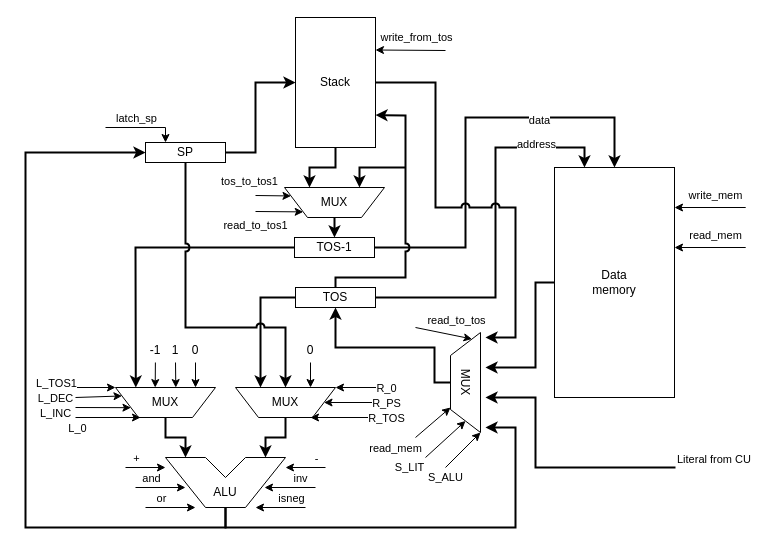
This is schemes/data-path.drawio from DiedCloud/csa-lab-3, a draw.io file, before an edit. Source tidied: cells renumbered, new cells numbered last; positions are measured from the earlier drawing's top-left corner, leaving out a move shared by most shapes. Both pictures are drawn from the tidied source at 100%, with x=0, y=0 at pixel (25, 17).
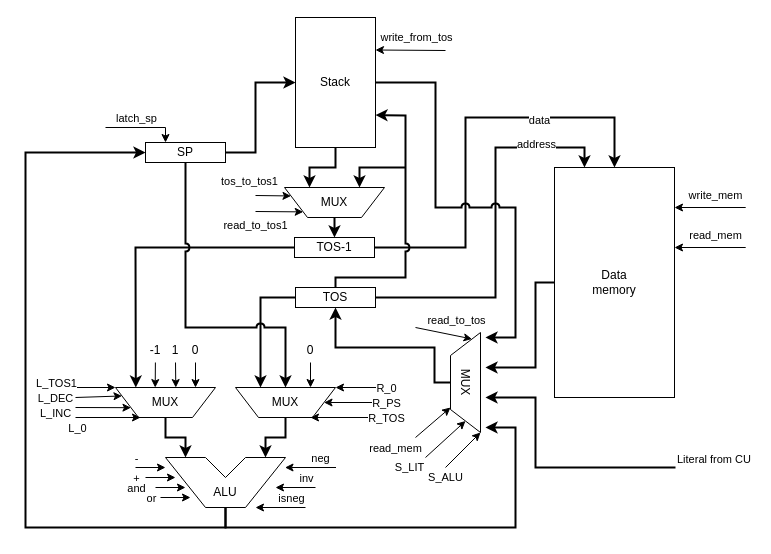
After the change.

Diff of the diagram source:
```diff
@@
     <mxCell id="76" style="endArrow=classic;html=1;rounded=0;strokeWidth=1;" parent="1" edge="1">
       <mxGeometry relative="1" as="geometry">
         <mxPoint x="290" y="470" as="sourcePoint" />
-        <mxPoint x="239" y="470" as="targetPoint" />
+        <mxPoint x="250" y="470" as="targetPoint" />
       </mxGeometry>
     </mxCell>
@@
     <mxCell id="78" style="endArrow=classic;html=1;rounded=0;strokeWidth=1;" parent="1" edge="1">
       <mxGeometry relative="1" as="geometry">
-        <mxPoint x="100" y="450" as="sourcePoint" />
-        <mxPoint x="140" y="450" as="targetPoint" />
+        <mxPoint x="120" y="460" as="sourcePoint" />
+        <mxPoint x="150" y="460" as="targetPoint" />
       </mxGeometry>
     </mxCell>
     <mxCell id="79" value="+" style="edgeLabel;html=1;align=center;verticalAlign=middle;" parent="78" vertex="1">
       <mxGeometry relative="1" as="geometry">
-        <mxPoint x="-10" y="-10" as="offset" />
+        <mxPoint x="-25" as="offset" />
       </mxGeometry>
     </mxCell>
     <mxCell id="80" style="endArrow=classic;html=1;rounded=0;strokeWidth=1;" parent="1" edge="1">
       <mxGeometry relative="1" as="geometry">
-        <mxPoint x="110" y="470" as="sourcePoint" />
+        <mxPoint x="130" y="470" as="sourcePoint" />
         <mxPoint x="160" y="470" as="targetPoint" />
       </mxGeometry>
     </mxCell>
     <mxCell id="81" value="and" style="edgeLabel;html=1;align=center;verticalAlign=middle;" parent="80" vertex="1">
       <mxGeometry relative="1" as="geometry">
-        <mxPoint x="-10" y="-10" as="offset" />
+        <mxPoint x="-35" as="offset" />
       </mxGeometry>
     </mxCell>
     <mxCell id="82" style="endArrow=classic;html=1;rounded=0;strokeWidth=1;" parent="1" edge="1">
       <mxGeometry relative="1" as="geometry">
-        <mxPoint x="120" y="490" as="sourcePoint" />
-        <mxPoint x="170" y="490" as="targetPoint" />
+        <mxPoint x="135" y="480" as="sourcePoint" />
+        <mxPoint x="165" y="480" as="targetPoint" />
       </mxGeometry>
     </mxCell>
     <mxCell id="83" value="or" style="edgeLabel;html=1;align=center;verticalAlign=middle;" parent="82" vertex="1">
       <mxGeometry relative="1" as="geometry">
-        <mxPoint x="-10" y="-10" as="offset" />
+        <mxPoint x="-25" as="offset" />
       </mxGeometry>
     </mxCell>
     <mxCell id="84" style="endArrow=classic;html=1;rounded=0;strokeWidth=1;" parent="1" edge="1">
       <mxGeometry relative="1" as="geometry">
-        <mxPoint x="300" y="450" as="sourcePoint" />
-        <mxPoint x="260" y="450" as="targetPoint" />
+        <mxPoint x="110" y="450" as="sourcePoint" />
+        <mxPoint x="140" y="450" as="targetPoint" />
       </mxGeometry>
     </mxCell>
     <mxCell id="85" value="-" style="edgeLabel;html=1;align=center;verticalAlign=middle;" parent="84" vertex="1">
       <mxGeometry relative="1" as="geometry">
-        <mxPoint x="10" y="-10" as="offset" />
+        <mxPoint x="-15" y="-10" as="offset" />
       </mxGeometry>
     </mxCell>
@@
+    <mxCell id="94" style="endArrow=classic;html=1;rounded=0;strokeWidth=1;" parent="1" edge="1">
+      <mxGeometry relative="1" as="geometry">
+        <mxPoint x="310.5" y="450" as="sourcePoint" />
+        <mxPoint x="259.5" y="450" as="targetPoint" />
+      </mxGeometry>
+    </mxCell>
+    <mxCell id="95" value="neg" style="edgeLabel;html=1;align=center;verticalAlign=middle;" parent="94" vertex="1">
+      <mxGeometry relative="1" as="geometry">
+        <mxPoint x="10" y="-10" as="offset" />
+      </mxGeometry>
+    </mxCell>
```
